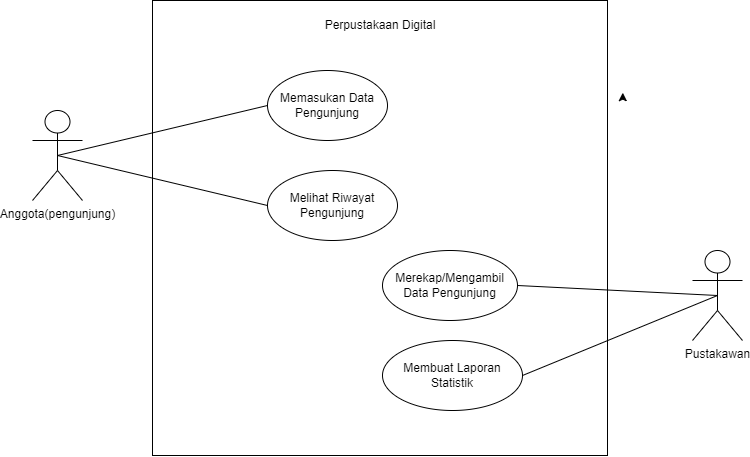
Above: perpus-digital.drawio.png in apollopy-tech/perpus-digital (draw.io), before the change. Source tidied: cells renumbered, new cells last; positions are measured from the earlier drawing's top-left corner, leaving out a move shared by most shapes.
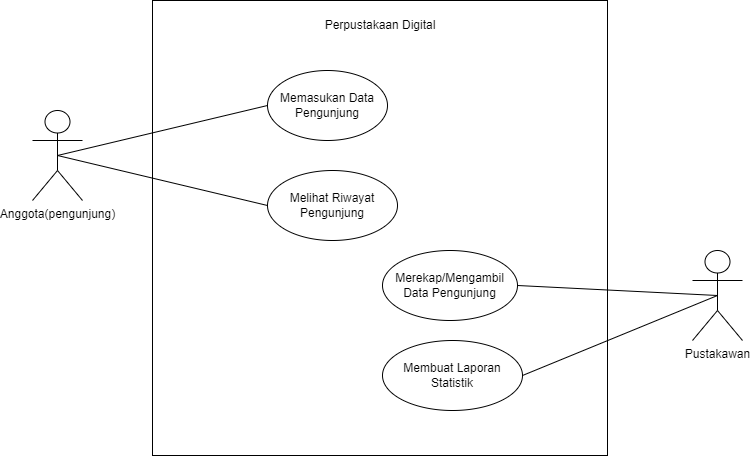
After the commit.

The edit, as a diff of the source:
```diff
@@ -20,12 +20,6 @@
     <mxCell id="7" value="Membuat Laporan Statistik" style="ellipse;whiteSpace=wrap;html=1;" parent="1" vertex="1">
       <mxGeometry x="350" y="340" width="140" height="70" as="geometry" />
     </mxCell>
-    <mxCell id="8" style="edgeStyle=orthogonalEdgeStyle;rounded=0;orthogonalLoop=1;jettySize=auto;html=1;exitX=1;exitY=0.5;exitDx=0;exitDy=0;entryX=1;entryY=0;entryDx=0;entryDy=0;" parent="1" edge="1">
-      <mxGeometry relative="1" as="geometry">
-        <mxPoint x="592.5" y="97.5" as="sourcePoint" />
-        <mxPoint x="590.3" y="92.2" as="targetPoint" />
-      </mxGeometry>
-    </mxCell>
     <mxCell id="9" value="Pustakawan" style="shape=umlActor;verticalLabelPosition=bottom;verticalAlign=top;html=1;outlineConnect=0;" parent="1" vertex="1">
       <mxGeometry x="660" y="250" width="50" height="90" as="geometry" />
     </mxCell>
```
